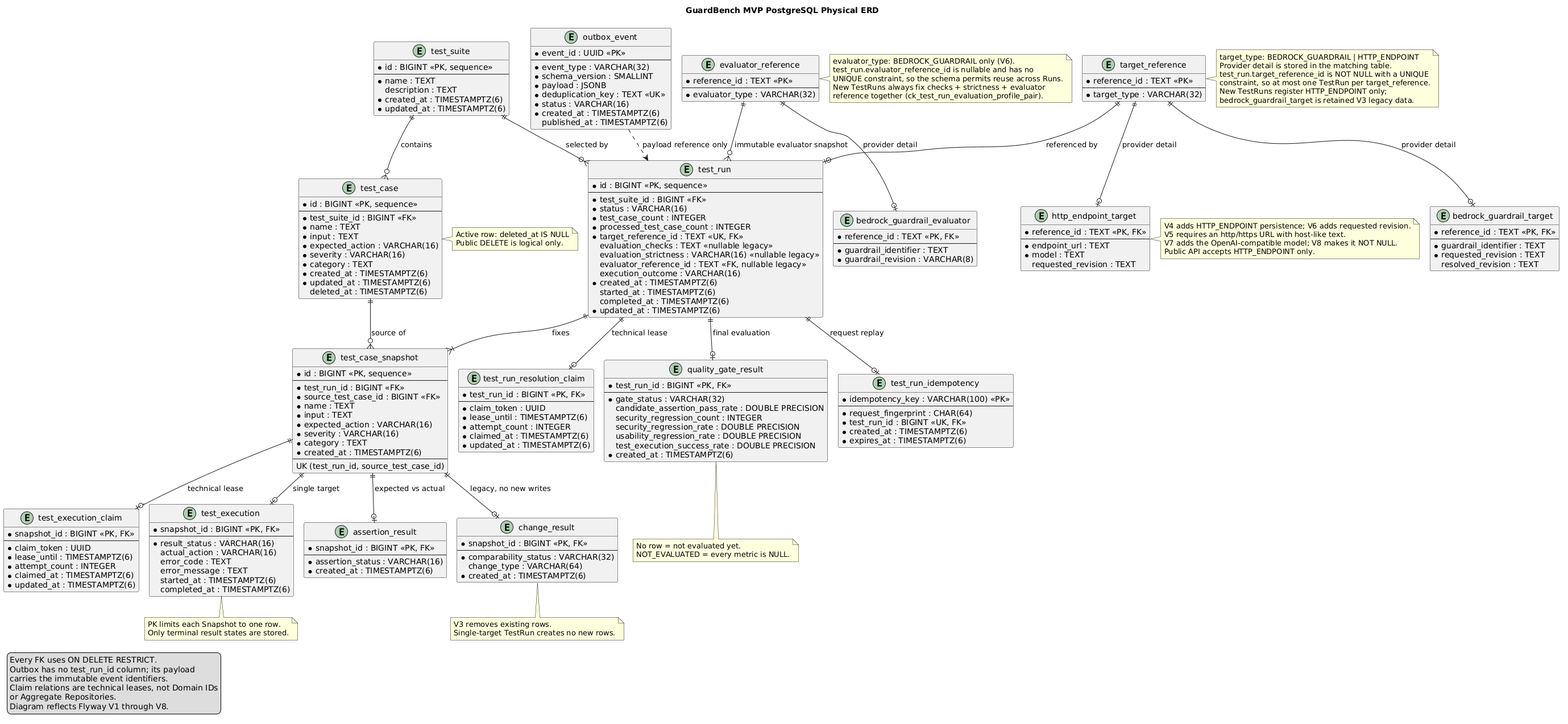
Above: docs/diagrams/guardbench-mvp-physical-erd.png in GuardBench/guardbench-backend (PlantUML), before the change.
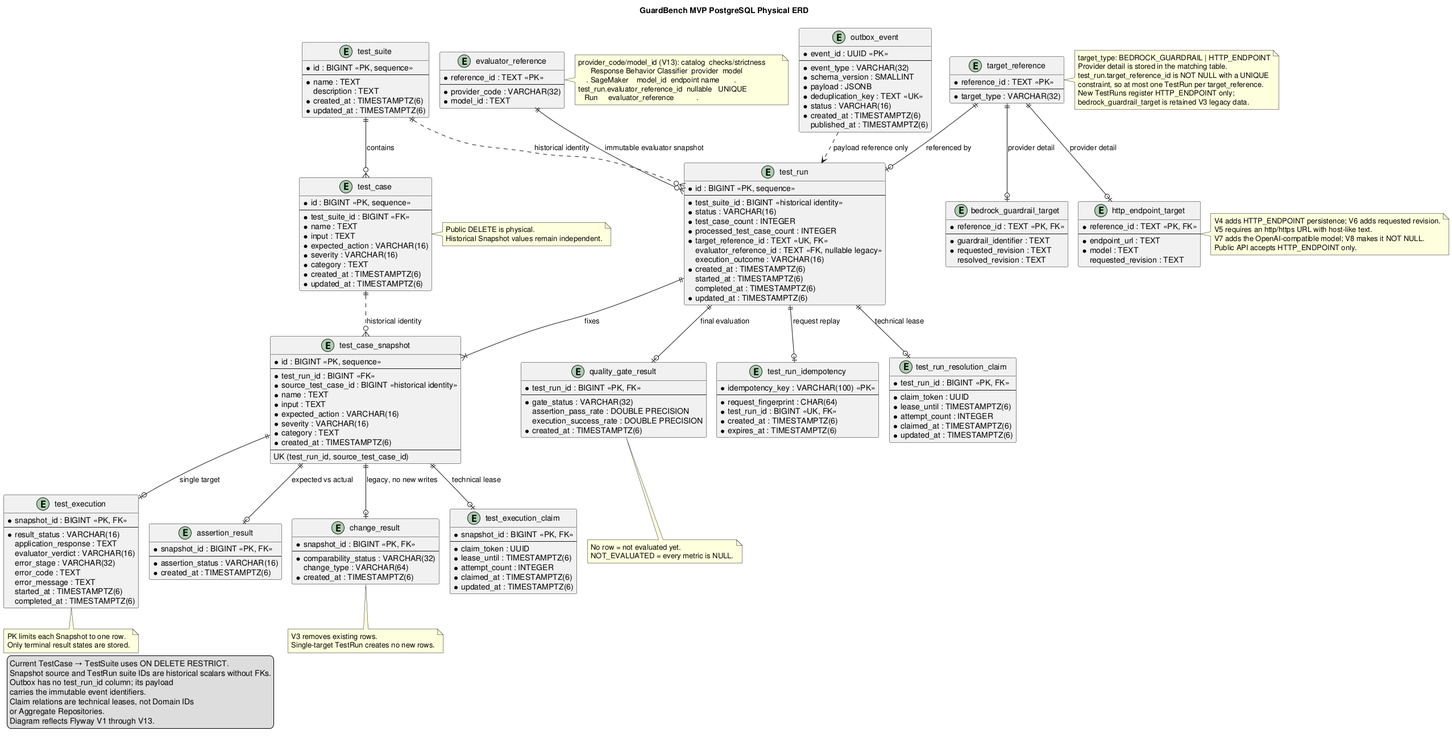
The same file after the commit.

Commit message:
docs(evaluation): update classifier retry and V13 ERD

What changed in the source:
```diff
@@ -32,19 +32,16 @@
   * category : TEXT
   * created_at : TIMESTAMPTZ(6)
   * updated_at : TIMESTAMPTZ(6)
-    deleted_at : TIMESTAMPTZ(6)
 }
 
 entity "test_run" as test_run {
   * id : BIGINT <<PK, sequence>>
   --
-  * test_suite_id : BIGINT <<FK>>
+  * test_suite_id : BIGINT <<historical identity>>
   * status : VARCHAR(16)
   * test_case_count : INTEGER
   * processed_test_case_count : INTEGER
   * target_reference_id : TEXT <<UK, FK>>
-    evaluation_checks : TEXT <<nullable legacy>>
-    evaluation_strictness : VARCHAR(16) <<nullable legacy>>
     evaluator_reference_id : TEXT <<FK, nullable legacy>>
     execution_outcome : VARCHAR(16)
   * created_at : TIMESTAMPTZ(6)
@@ -78,21 +75,15 @@
 entity "evaluator_reference" as evaluator_reference {
   * reference_id : TEXT <<PK>>
   --
-  * evaluator_type : VARCHAR(32)
-}
-
-entity "bedrock_guardrail_evaluator" as bedrock_evaluator {
-  * reference_id : TEXT <<PK, FK>>
-  --
-  * guardrail_identifier : TEXT
-  * guardrail_revision : VARCHAR(8)
+  * provider_code : VARCHAR(32)
+  * model_id : TEXT
 }
 
 entity "test_case_snapshot" as snapshot {
   * id : BIGINT <<PK, sequence>>
   --
   * test_run_id : BIGINT <<FK>>
-  * source_test_case_id : BIGINT <<FK>>
+  * source_test_case_id : BIGINT <<historical identity>>
   * name : TEXT
   * input : TEXT
   * expected_action : VARCHAR(16)
@@ -107,7 +98,9 @@
   * snapshot_id : BIGINT <<PK, FK>>
   --
   * result_status : VARCHAR(16)
-    actual_action : VARCHAR(16)
+    application_response : TEXT
+    evaluator_verdict : VARCHAR(16)
+    error_stage : VARCHAR(32)
     error_code : TEXT
     error_message : TEXT
     started_at : TIMESTAMPTZ(6)
@@ -133,11 +126,8 @@
   * test_run_id : BIGINT <<PK, FK>>
   --
   * gate_status : VARCHAR(32)
-    candidate_assertion_pass_rate : DOUBLE PRECISION
-    security_regression_count : INTEGER
-    security_regression_rate : DOUBLE PRECISION
-    usability_regression_rate : DOUBLE PRECISION
-    test_execution_success_rate : DOUBLE PRECISION
+    assertion_pass_rate : DOUBLE PRECISION
+    execution_success_rate : DOUBLE PRECISION
   * created_at : TIMESTAMPTZ(6)
 }
 
@@ -183,14 +173,13 @@
 }
 
 test_suite ||--o{ test_case : contains
-test_suite ||--o{ test_run : selected by
+test_suite ||..o{ test_run : historical identity
 target_reference ||--o| test_run : referenced by
 target_reference ||--o| bedrock_target : provider detail
 target_reference ||--o| http_endpoint_target : provider detail
-evaluator_reference ||--o| bedrock_evaluator : provider detail
 evaluator_reference ||--o{ test_run : immutable evaluator snapshot
 test_run ||--|{ snapshot : fixes
-test_case ||--o{ snapshot : source of
+test_case ||..o{ snapshot : historical identity
 snapshot ||--o| execution : single target
 snapshot ||--o| execution_claim : technical lease
 test_run ||--o| idempotency : request replay
@@ -210,11 +199,11 @@
 end note
 
 note right of evaluator_reference
-  evaluator_type: BEDROCK_GUARDRAIL only (V6).
-  test_run.evaluator_reference_id is nullable and has no
-  UNIQUE constraint, so the schema permits reuse across Runs.
-  New TestRuns always fix checks + strictness + evaluator
-  reference together (ck_test_run_evaluation_profile_pair).
+  provider_code/model_id (V13): catalog나 checks/strictness 없이 서비스
+  전역 고정 Response Behavior Classifier의 provider와 model 식별자만
+  저장한다. SageMaker에서는 model_id가 endpoint name 값을 담는다.
+  test_run.evaluator_reference_id는 nullable이고 UNIQUE 제약이 없어
+  여러 Run이 같은 evaluator_reference를 재사용할 수 있다.
 end note
 
 note right of http_endpoint_target
@@ -225,8 +214,8 @@
 end note
 
 note right of test_case
-  Active row: deleted_at IS NULL
-  Public DELETE is logical only.
+  Public DELETE is physical.
+  Historical Snapshot values remain independent.
 end note
 
 note bottom of execution
@@ -245,12 +234,13 @@
 end note
 
 legend left
-  Every FK uses ON DELETE RESTRICT.
+  Current TestCase → TestSuite uses ON DELETE RESTRICT.
+  Snapshot source and TestRun suite IDs are historical scalars without FKs.
   Outbox has no test_run_id column; its payload
   carries the immutable event identifiers.
   Claim relations are technical leases, not Domain IDs
   or Aggregate Repositories.
-  Diagram reflects Flyway V1 through V8.
+  Diagram reflects Flyway V1 through V13.
 endlegend
 
 @enduml
```
